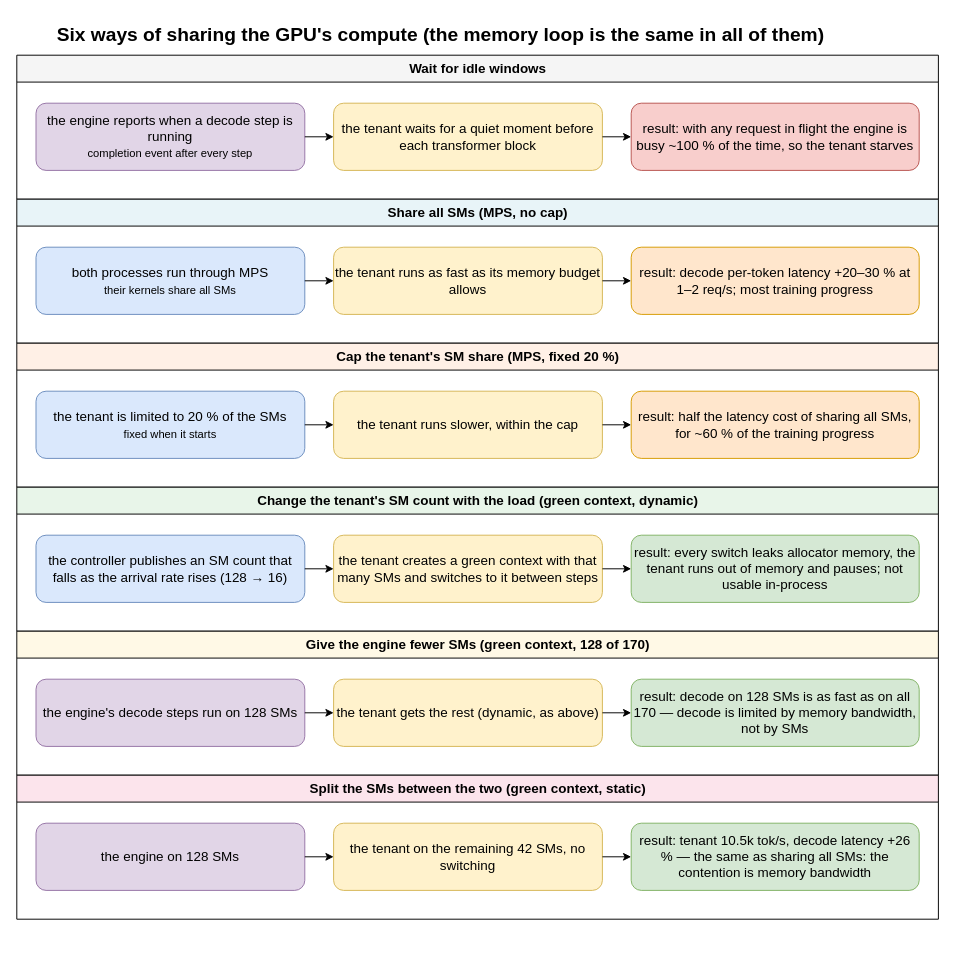
Before: coloc_adjust/diagrams/04_compute_sharing.drawio in 852866031/cuda-schedule-project, a draw.io diagram. Source tidied: cells renumbered, new cells numbered last; positions are measured from the earlier drawing's top-left corner, leaving out a move shared by most shapes. Both pictures are drawn from the tidied source at 96%, with x=0, y=0 at pixel (16, 16).
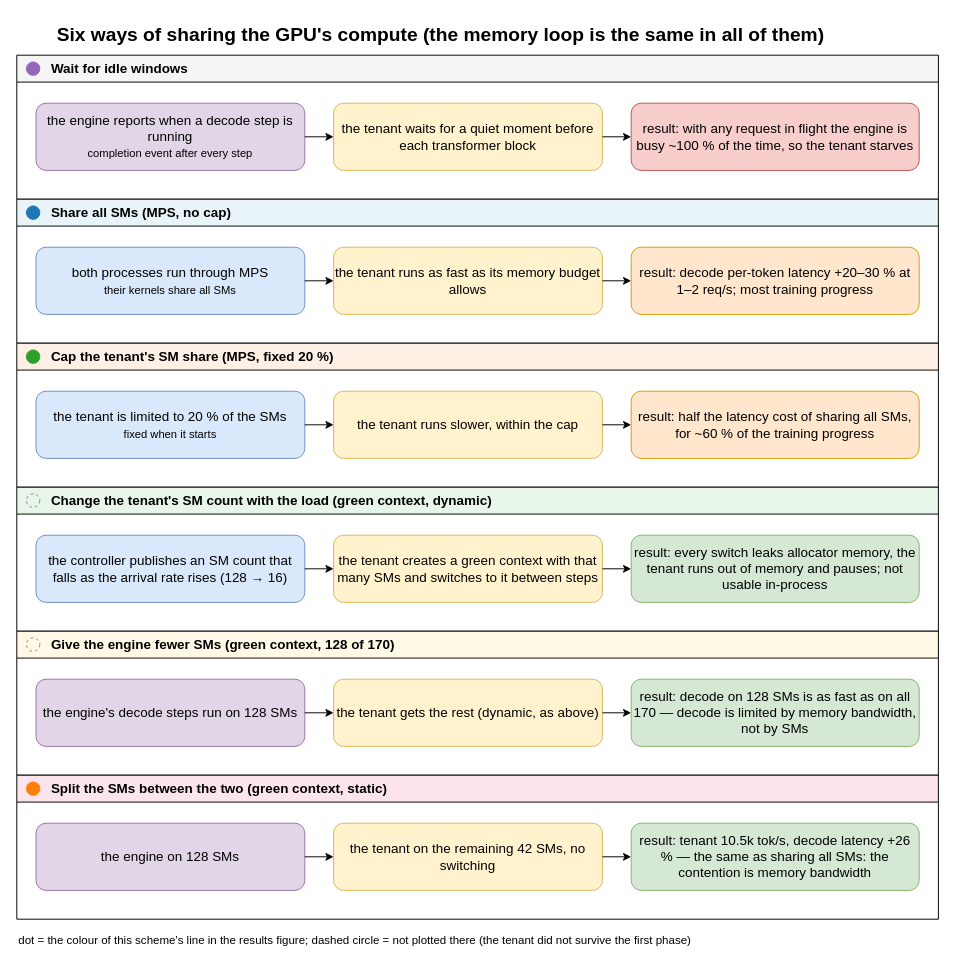
The same diagram, later.

Commit message (it also covers changes not shown here):
coloc_adjust diagram 4: colour dot before each scheme title matching its line in the results figure

What changed in the source:
```diff
@@
-    <mxCell id="3" value="Wait for idle windows" style="swimlane;horizontal=1;startSize=28;fontStyle=1;fillColor=#f5f5f5;html=1;fontSize=14;" parent="1" vertex="1">
+    <mxCell id="3" value="Wait for idle windows" style="swimlane;horizontal=1;startSize=28;fontStyle=1;align=left;spacingLeft=34;fillColor=#f5f5f5;html=1;fontSize=14;" parent="1" vertex="1">
       <mxGeometry y="40" width="960" height="150" as="geometry" />
     </mxCell>
@@
-    <mxCell id="7" value="Share all SMs (MPS, no cap)" style="swimlane;horizontal=1;startSize=28;fontStyle=1;fillColor=#e8f4f8;html=1;fontSize=14;" parent="1" vertex="1">
+    <mxCell id="7" value="Share all SMs (MPS, no cap)" style="swimlane;horizontal=1;startSize=28;fontStyle=1;align=left;spacingLeft=34;fillColor=#e8f4f8;html=1;fontSize=14;" parent="1" vertex="1">
       <mxGeometry y="190" width="960" height="150" as="geometry" />
     </mxCell>
@@
-    <mxCell id="11" value="Cap the tenant's SM share (MPS, fixed 20 %)" style="swimlane;horizontal=1;startSize=28;fontStyle=1;fillColor=#fff0e6;html=1;fontSize=14;" parent="1" vertex="1">
+    <mxCell id="11" value="Cap the tenant's SM share (MPS, fixed 20 %)" style="swimlane;horizontal=1;startSize=28;fontStyle=1;align=left;spacingLeft=34;fillColor=#fff0e6;html=1;fontSize=14;" parent="1" vertex="1">
       <mxGeometry y="340" width="960" height="150" as="geometry" />
     </mxCell>
@@
-    <mxCell id="15" value="Change the tenant's SM count with the load (green context, dynamic)" style="swimlane;horizontal=1;startSize=28;fontStyle=1;fillColor=#e8f5e9;html=1;fontSize=14;" parent="1" vertex="1">
+    <mxCell id="15" value="Change the tenant's SM count with the load (green context, dynamic)" style="swimlane;horizontal=1;startSize=28;fontStyle=1;align=left;spacingLeft=34;fillColor=#e8f5e9;html=1;fontSize=14;" parent="1" vertex="1">
       <mxGeometry y="490" width="960" height="150" as="geometry" />
     </mxCell>
@@
-    <mxCell id="19" value="Give the engine fewer SMs (green context, 128 of 170)" style="swimlane;horizontal=1;startSize=28;fontStyle=1;fillColor=#fff9e6;html=1;fontSize=14;" parent="1" vertex="1">
+    <mxCell id="19" value="Give the engine fewer SMs (green context, 128 of 170)" style="swimlane;horizontal=1;startSize=28;fontStyle=1;align=left;spacingLeft=34;fillColor=#fff9e6;html=1;fontSize=14;" parent="1" vertex="1">
       <mxGeometry y="640" width="960" height="150" as="geometry" />
     </mxCell>
@@
-    <mxCell id="33" value="Split the SMs between the two (green context, static)" style="swimlane;horizontal=1;startSize=28;fontStyle=1;fillColor=#fce4ec;html=1;fontSize=14;" parent="1" vertex="1">
+    <mxCell id="33" value="Split the SMs between the two (green context, static)" style="swimlane;horizontal=1;startSize=28;fontStyle=1;align=left;spacingLeft=34;fillColor=#fce4ec;html=1;fontSize=14;" parent="1" vertex="1">
       <mxGeometry y="790" width="960" height="150" as="geometry" />
     </mxCell>
@@
+    <mxCell id="39" style="ellipse;fillColor=#9467bd;strokeColor=#9467bd;" parent="3" vertex="1">
+      <mxGeometry x="10" y="7" width="14" height="14" as="geometry" />
+    </mxCell>
+    <mxCell id="40" style="ellipse;fillColor=#1f77b4;strokeColor=#1f77b4;" parent="7" vertex="1">
+      <mxGeometry x="10" y="7" width="14" height="14" as="geometry" />
+    </mxCell>
+    <mxCell id="41" style="ellipse;fillColor=#2ca02c;strokeColor=#2ca02c;" parent="11" vertex="1">
+      <mxGeometry x="10" y="7" width="14" height="14" as="geometry" />
+    </mxCell>
+    <mxCell id="42" style="ellipse;fillColor=none;strokeColor=#888888;dashed=1;" parent="15" vertex="1">
+      <mxGeometry x="10" y="7" width="14" height="14" as="geometry" />
+    </mxCell>
+    <mxCell id="43" style="ellipse;fillColor=none;strokeColor=#888888;dashed=1;" parent="19" vertex="1">
+      <mxGeometry x="10" y="7" width="14" height="14" as="geometry" />
+    </mxCell>
+    <mxCell id="44" style="ellipse;fillColor=#ff7f0e;strokeColor=#ff7f0e;" parent="33" vertex="1">
+      <mxGeometry x="10" y="7" width="14" height="14" as="geometry" />
+    </mxCell>
+    <mxCell id="45" value="dot = the colour of this scheme's line in the results figure; dashed circle = not plotted there (the tenant did not survive the first phase)" style="text;html=1;fontSize=12;align=left;" parent="1" vertex="1">
+      <mxGeometry y="948" width="960" height="24" as="geometry" />
+    </mxCell>
```
